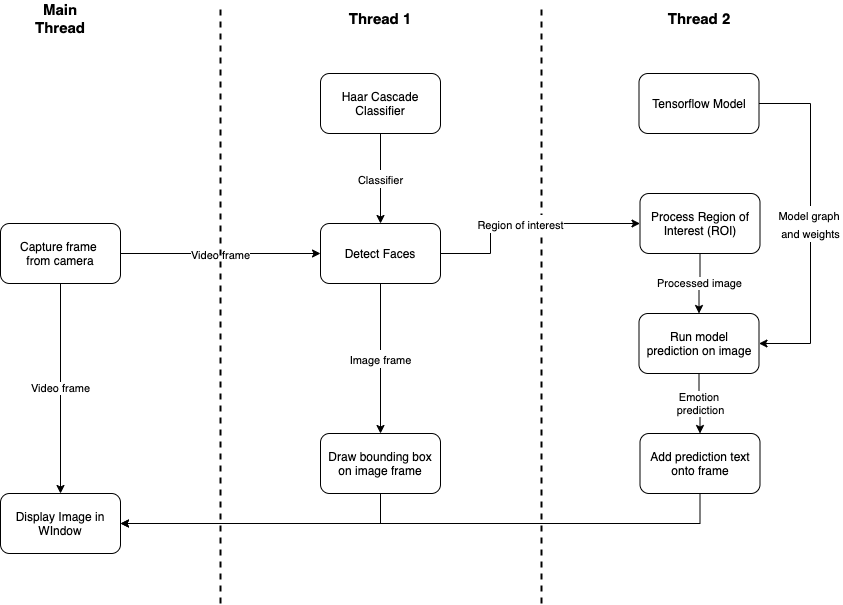
Earlier version of the draw.io export images/code_structure_threads.png (martycheung/CppND-Facial-Emotion-Recognition). Source tidied: cells renumbered, new cells last; positions are measured from the earlier drawing's top-left corner, leaving out a move shared by most shapes.
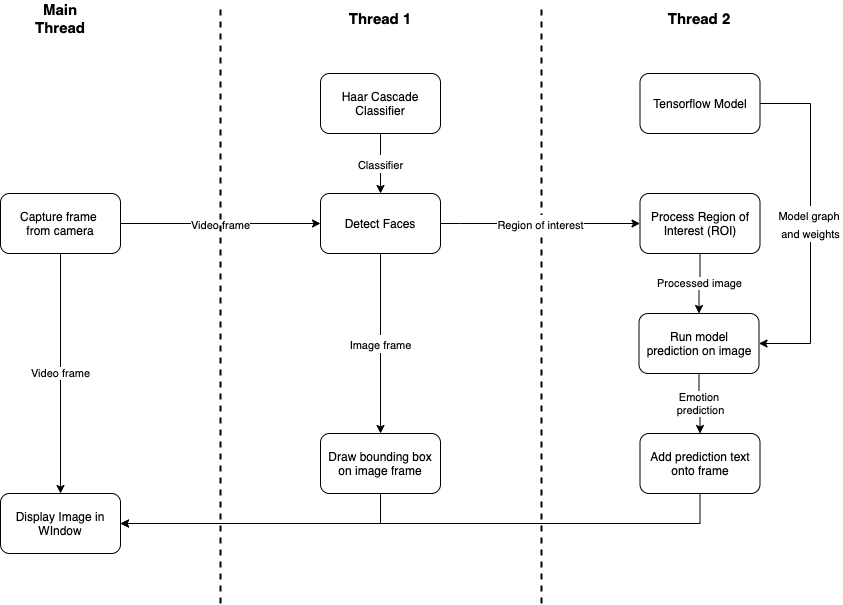
After the change.

Diff of the diagram source:
```diff
@@ -3,7 +3,7 @@
     <mxCell id="0" />
     <mxCell id="1" parent="0" />
     <mxCell id="2" value="Tensorflow Model" style="rounded=1;whiteSpace=wrap;html=1;" parent="1" vertex="1">
-      <mxGeometry x="638.5" y="70" width="120" height="60" as="geometry" />
+      <mxGeometry x="639.5" y="70" width="120" height="60" as="geometry" />
     </mxCell>
     <mxCell id="3" value="Emotion &lt;br&gt;prediction" style="edgeStyle=orthogonalEdgeStyle;rounded=0;jettySize=auto;html=1;exitX=0.5;exitY=1;exitDx=0;exitDy=0;entryX=0.5;entryY=0;entryDx=0;entryDy=0;" parent="1" edge="1" source="4" target="14">
       <mxGeometry relative="1" as="geometry" />
@@ -18,13 +18,13 @@
       <mxGeometry relative="1" as="geometry" />
     </mxCell>
     <mxCell id="7" value="Capture frame &lt;br&gt;from camera" style="rounded=1;whiteSpace=wrap;html=1;" parent="1" vertex="1">
-      <mxGeometry y="220" width="120" height="60" as="geometry" />
+      <mxGeometry y="190" width="120" height="60" as="geometry" />
     </mxCell>
     <mxCell id="8" value="&lt;font style=&quot;font-size: 11px&quot;&gt;Image frame&lt;/font&gt;" style="edgeStyle=orthogonalEdgeStyle;rounded=0;jettySize=auto;html=1;exitX=0.5;exitY=1;exitDx=0;exitDy=0;entryX=0.5;entryY=0;entryDx=0;entryDy=0;fontSize=15;" parent="1" edge="1" source="9" target="24">
       <mxGeometry relative="1" as="geometry" />
     </mxCell>
     <mxCell id="9" value="Detect Faces" style="rounded=1;whiteSpace=wrap;html=1;" parent="1" vertex="1">
-      <mxGeometry x="320" y="220" width="120" height="60" as="geometry" />
+      <mxGeometry x="320" y="190" width="120" height="60" as="geometry" />
     </mxCell>
     <mxCell id="10" value="Processed image" style="edgeStyle=orthogonalEdgeStyle;rounded=0;jettySize=auto;html=1;exitX=0.5;exitY=1;exitDx=0;exitDy=0;entryX=0.5;entryY=0;entryDx=0;entryDy=0;" parent="1" edge="1" source="11" target="4">
       <mxGeometry relative="1" as="geometry" />
@@ -50,18 +50,18 @@
     <mxCell id="17" value="Display Image in WIndow" style="rounded=1;whiteSpace=wrap;html=1;" parent="1" vertex="1">
       <mxGeometry y="490" width="120" height="60" as="geometry" />
     </mxCell>
-    <mxCell id="18" style="endArrow=none;dashed=1;html=1;fontSize=15;strokeWidth=2;" parent="1" edge="1">
-      <mxGeometry relative="1" as="geometry">
-        <mxPoint x="541" y="600" as="sourcePoint" />
-        <mxPoint x="541" as="targetPoint" />
-      </mxGeometry>
-    </mxCell>
-    <mxCell id="19" style="endArrow=none;dashed=1;html=1;fontSize=15;strokeWidth=2;" parent="1" edge="1">
-      <mxGeometry relative="1" as="geometry">
-        <mxPoint x="220" y="600" as="sourcePoint" />
-        <mxPoint x="220" as="targetPoint" />
-      </mxGeometry>
-    </mxCell>
+    <mxCell id="27" style="endArrow=none;dashed=1;html=1;fontSize=15;strokeWidth=2;" parent="1" edge="1">
+      <mxGeometry relative="1" as="geometry">
+        <mxPoint x="541" y="600" as="sourcePoint" />
+        <mxPoint x="541" as="targetPoint" />
+      </mxGeometry>
+    </mxCell>
+    <mxCell id="28" style="endArrow=none;dashed=1;html=1;fontSize=15;strokeWidth=2;" parent="1" edge="1">
+      <mxGeometry relative="1" as="geometry">
+        <mxPoint x="220" y="600" as="sourcePoint" />
+        <mxPoint x="220" as="targetPoint" />
+      </mxGeometry>
+    </mxCell>
     <mxCell id="20" value="&lt;font style=&quot;font-size: 11px&quot;&gt;Classifier&lt;/font&gt;" style="edgeStyle=orthogonalEdgeStyle;rounded=0;jettySize=auto;html=1;exitX=0.5;exitY=1;exitDx=0;exitDy=0;strokeWidth=1;fontSize=15;" parent="1" edge="1" source="21" target="9">
       <mxGeometry relative="1" as="geometry" />
     </mxCell>
@@ -86,10 +86,10 @@
       <mxGeometry x="25" width="70" height="30" as="geometry" />
     </mxCell>
     <mxCell id="26" value="&lt;font style=&quot;font-size: 11px&quot;&gt;Region of interest&lt;/font&gt;" style="edgeStyle=orthogonalEdgeStyle;rounded=0;jettySize=auto;html=1;exitX=1;exitY=0.5;exitDx=0;exitDy=0;strokeWidth=1;fontSize=15;" parent="1" edge="1" source="9" target="11">
-      <mxGeometry x="-0.04" relative="1" as="geometry">
+      <mxGeometry relative="1" as="geometry">
         <Array as="points">
-          <mxPoint x="490" y="250" />
-          <mxPoint x="490" y="220" />
+          <mxPoint x="460" y="220" />
+          <mxPoint x="460" y="220" />
         </Array>
       </mxGeometry>
     </mxCell>
```
